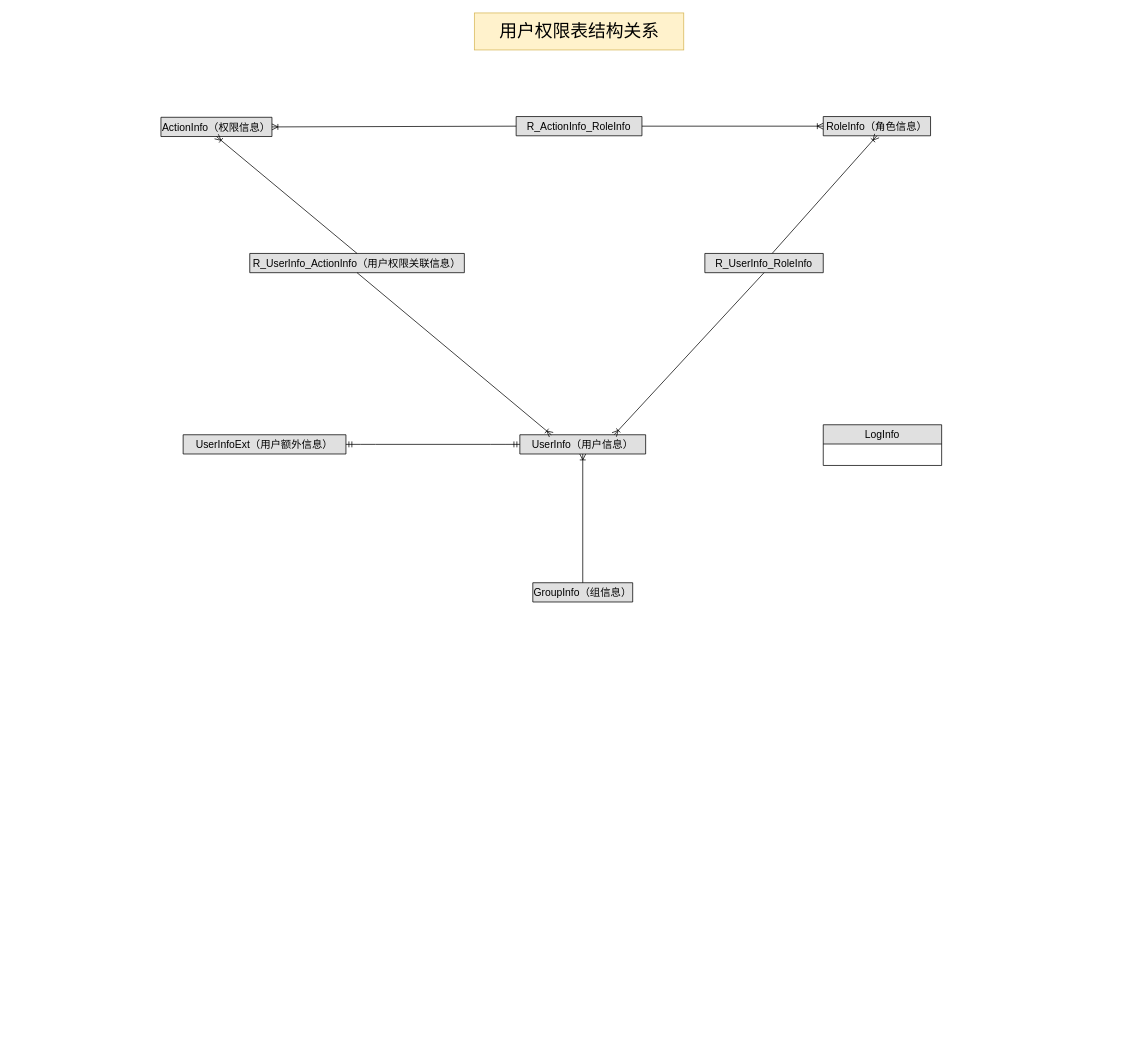
This is IHC.drawio from GreAmbWang/draw.io, a draw.io file, before an edit. Source tidied: cells renumbered, new cells numbered last; positions are measured from the earlier drawing's top-left corner, leaving out a move shared by most shapes. Both pictures are drawn from the tidied source at 74%, with x=0, y=0 at pixel (161, 13).
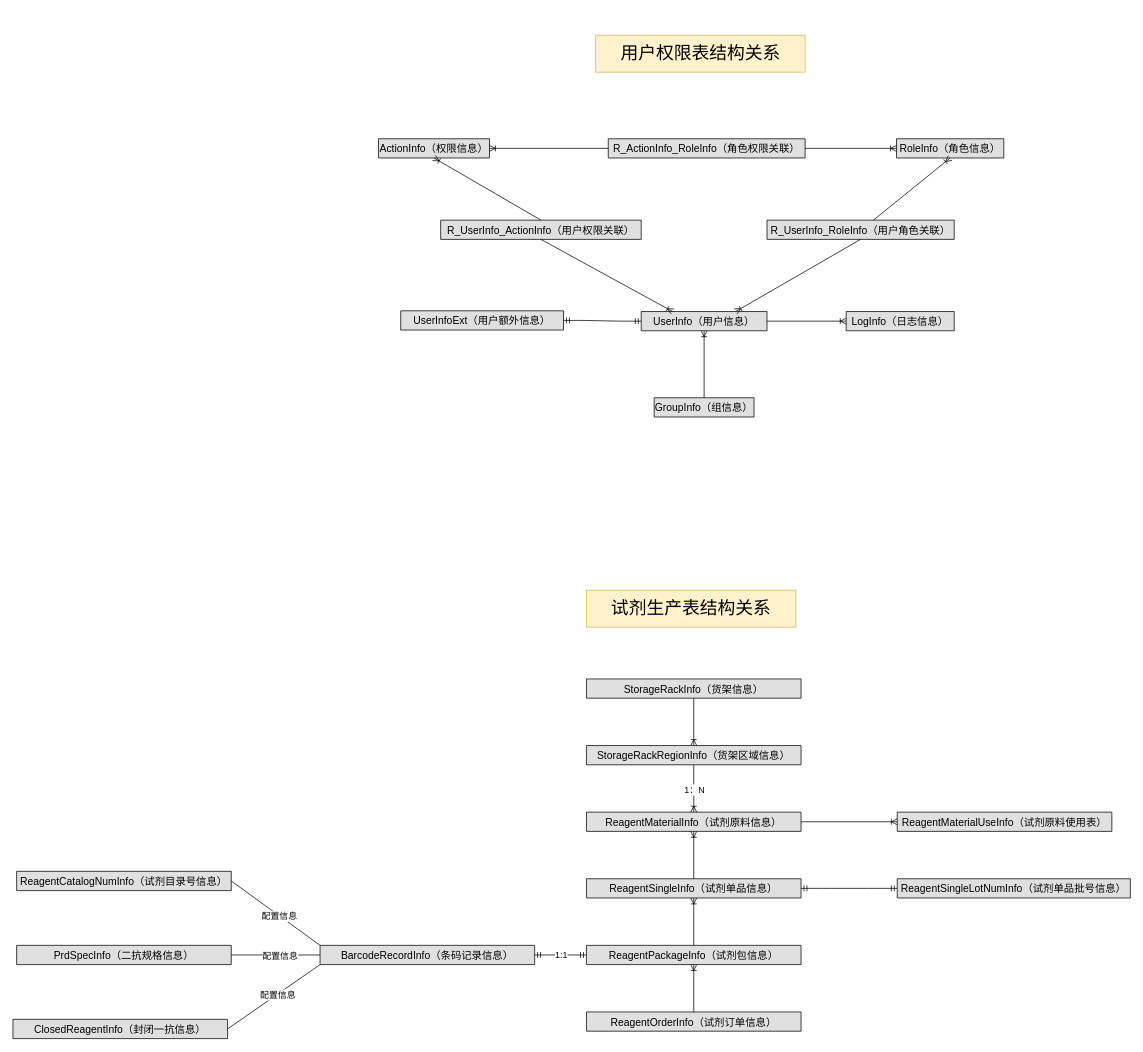
The same diagram, later.

What changed in the source:
```diff
@@
     <mxCell id="2" value="UserInfo（用户信息）" style="swimlane;fontStyle=0;horizontal=1;startSize=26;fillColor=#e0e0e0;swimlaneFillColor=#ffffff;align=center;fontSize=14;" parent="1" vertex="1" collapsed="1">
-      <mxGeometry x="485" y="570" width="170" height="26" as="geometry" />
+      <mxGeometry x="649" y="403.5" width="170" height="26" as="geometry" />
     </mxCell>
     <mxCell id="3" value="GroupInfo（组信息）" style="swimlane;fontStyle=0;horizontal=1;startSize=26;fillColor=#e0e0e0;swimlaneFillColor=#ffffff;align=center;fontSize=14;" parent="1" vertex="1" collapsed="1">
-      <mxGeometry x="502.5" y="770" width="135" height="26" as="geometry" />
+      <mxGeometry x="666.5" y="520" width="135" height="26" as="geometry" />
     </mxCell>
     <mxCell id="4" value="ActionInfo（权限信息）" style="swimlane;fontStyle=0;horizontal=1;startSize=26;fillColor=#e0e0e0;swimlaneFillColor=#ffffff;align=center;fontSize=14;" parent="1" vertex="1" collapsed="1">
-      <mxGeometry y="141" width="150" height="26" as="geometry" />
+      <mxGeometry x="294" y="170" width="150" height="26" as="geometry" />
     </mxCell>
@@
     <mxCell id="6" value="RoleInfo（角色信息）" style="swimlane;fontStyle=0;horizontal=1;startSize=26;fillColor=#e0e0e0;swimlaneFillColor=#ffffff;align=center;fontSize=14;" parent="1" vertex="1" collapsed="1">
-      <mxGeometry x="895" y="140" width="145" height="26" as="geometry" />
+      <mxGeometry x="994" y="170" width="145" height="26" as="geometry" />
     </mxCell>
-    <mxCell id="7" value="R_UserInfo_RoleInfo" style="swimlane;fontStyle=0;horizontal=1;startSize=26;fillColor=#e0e0e0;swimlaneFillColor=#ffffff;align=center;fontSize=14;" parent="1" vertex="1" collapsed="1">
-      <mxGeometry x="735" y="325" width="160" height="26" as="geometry" />
+    <mxCell id="7" value="R_UserInfo_RoleInfo（用户角色关联）" style="swimlane;fontStyle=0;horizontal=1;startSize=26;fillColor=#e0e0e0;swimlaneFillColor=#ffffff;align=center;fontSize=14;" parent="1" vertex="1" collapsed="1">
+      <mxGeometry x="819" y="280" width="253" height="26" as="geometry" />
     </mxCell>
@@
-    <mxCell id="10" value="R_UserInfo_ActionInfo（用户权限关联信息）" style="swimlane;fontStyle=0;horizontal=1;startSize=26;fillColor=#e0e0e0;swimlaneFillColor=#ffffff;align=center;fontSize=14;" parent="1" vertex="1" collapsed="1">
-      <mxGeometry x="120" y="325" width="290" height="26" as="geometry" />
+    <mxCell id="10" value="R_UserInfo_ActionInfo（用户权限关联）" style="swimlane;fontStyle=0;horizontal=1;startSize=26;fillColor=#e0e0e0;swimlaneFillColor=#ffffff;align=center;fontSize=14;" parent="1" vertex="1" collapsed="1">
+      <mxGeometry x="378" y="280" width="271" height="26" as="geometry" />
     </mxCell>
@@
-    <mxCell id="13" value="R_ActionInfo_RoleInfo" style="swimlane;fontStyle=0;horizontal=1;startSize=26;fillColor=#e0e0e0;swimlaneFillColor=#ffffff;align=center;fontSize=14;" parent="1" vertex="1" collapsed="1">
-      <mxGeometry x="480" y="140" width="170" height="26" as="geometry" />
+    <mxCell id="13" value="R_ActionInfo_RoleInfo（角色权限关联）" style="swimlane;fontStyle=0;horizontal=1;startSize=26;fillColor=#e0e0e0;swimlaneFillColor=#ffffff;align=center;fontSize=14;" parent="1" vertex="1" collapsed="1">
+      <mxGeometry x="604.5" y="170" width="266" height="26" as="geometry" />
     </mxCell>
@@
     <mxCell id="16" value="UserInfoExt（用户额外信息）" style="swimlane;fontStyle=0;horizontal=1;startSize=26;fillColor=#e0e0e0;swimlaneFillColor=#ffffff;align=center;fontSize=14;" parent="1" vertex="1" collapsed="1">
-      <mxGeometry x="30" y="570" width="220" height="26" as="geometry" />
+      <mxGeometry x="324" y="402.5" width="220" height="26" as="geometry" />
     </mxCell>
@@
     <mxCell id="18" value="&lt;font style=&quot;font-size: 24px&quot;&gt;用户权限表结构关系&lt;/font&gt;" style="text;html=1;strokeColor=#d6b656;fillColor=#fff2cc;align=center;verticalAlign=middle;whiteSpace=wrap;rounded=0;" parent="1" vertex="1">
-      <mxGeometry x="423.5" width="283" height="50" as="geometry" />
+      <mxGeometry x="587.5" y="30" width="283" height="50" as="geometry" />
     </mxCell>
-    <mxCell id="19" value="LogInfo" style="swimlane;fontStyle=0;horizontal=1;startSize=26;fillColor=#e0e0e0;swimlaneFillColor=#ffffff;align=center;fontSize=14;" parent="1" vertex="1">
-      <mxGeometry x="895" y="556.5" width="160" height="55" as="geometry" />
+    <mxCell id="19" value="LogInfo（日志信息）" style="swimlane;fontStyle=0;horizontal=1;startSize=26;fillColor=#e0e0e0;swimlaneFillColor=#ffffff;align=center;fontSize=14;" parent="1" vertex="1" collapsed="1">
+      <mxGeometry x="926" y="403.5" width="146" height="26" as="geometry" />
     </mxCell>
+    <mxCell id="20" value="ReagentCatalogNumInfo（试剂目录号信息）" style="swimlane;fontStyle=0;horizontal=1;startSize=26;fillColor=#e0e0e0;swimlaneFillColor=#ffffff;align=center;fontSize=14;" parent="1" vertex="1" collapsed="1">
+      <mxGeometry x="-195" y="1160" width="290" height="26" as="geometry" />
+    </mxCell>
+    <mxCell id="21" value="PrdSpecInfo（二抗规格信息）" style="swimlane;fontStyle=0;horizontal=1;startSize=26;fillColor=#e0e0e0;swimlaneFillColor=#ffffff;align=center;fontSize=14;" parent="1" vertex="1" collapsed="1">
+      <mxGeometry x="-195" y="1260" width="290" height="26" as="geometry" />
+    </mxCell>
+    <mxCell id="22" value="ClosedReagentInfo（封闭一抗信息）" style="swimlane;fontStyle=0;horizontal=1;startSize=26;fillColor=#e0e0e0;swimlaneFillColor=#ffffff;align=center;fontSize=14;" parent="1" vertex="1" collapsed="1">
+      <mxGeometry x="-200" y="1360" width="290" height="26" as="geometry" />
+    </mxCell>
+    <mxCell id="23" value="BarcodeRecordInfo（条码记录信息）" style="swimlane;fontStyle=0;horizontal=1;startSize=26;fillColor=#e0e0e0;swimlaneFillColor=#ffffff;align=center;fontSize=14;" parent="1" vertex="1" collapsed="1">
+      <mxGeometry x="215" y="1260" width="290" height="26" as="geometry" />
+    </mxCell>
+    <mxCell id="24" style="endArrow=none;html=1;rounded=0;exitX=1;exitY=0.5;exitDx=0;exitDy=0;entryX=0;entryY=0;entryDx=0;entryDy=0;" parent="1" edge="1" source="20" target="23">
+      <mxGeometry relative="1" as="geometry" />
+    </mxCell>
+    <mxCell id="25" value="配置信息" style="text;html=1;align=center;verticalAlign=middle;labelBackgroundColor=#ffffff;" parent="24" vertex="1">
+      <mxGeometry x="0.08" y="-1" relative="1" as="geometry" />
+    </mxCell>
+    <mxCell id="26" style="endArrow=none;html=1;rounded=0;exitX=1;exitY=0.5;exitDx=0;exitDy=0;entryX=0;entryY=0.5;entryDx=0;entryDy=0;" parent="1" edge="1" source="21" target="23">
+      <mxGeometry relative="1" as="geometry" />
+    </mxCell>
+    <mxCell id="27" value="配置信息" style="text;html=1;align=center;verticalAlign=middle;labelBackgroundColor=#ffffff;" parent="26" vertex="1">
+      <mxGeometry x="0.08" y="-1" relative="1" as="geometry" />
+    </mxCell>
+    <mxCell id="28" style="endArrow=none;html=1;rounded=0;exitX=1;exitY=0.5;exitDx=0;exitDy=0;entryX=0;entryY=1;entryDx=0;entryDy=0;" parent="1" edge="1" source="22" target="23">
+      <mxGeometry relative="1" as="geometry" />
+    </mxCell>
+    <mxCell id="29" value="配置信息" style="text;html=1;align=center;verticalAlign=middle;labelBackgroundColor=#ffffff;" parent="28" vertex="1">
+      <mxGeometry x="0.08" y="-1" relative="1" as="geometry" />
+    </mxCell>
+    <mxCell id="30" value="&lt;font style=&quot;font-size: 24px&quot;&gt;试剂生产表结构关系&lt;/font&gt;" style="text;html=1;strokeColor=#d6b656;fillColor=#fff2cc;align=center;verticalAlign=middle;whiteSpace=wrap;rounded=0;" parent="1" vertex="1">
+      <mxGeometry x="575" y="780" width="283" height="50" as="geometry" />
+    </mxCell>
+    <mxCell id="31" value="StorageRackInfo（货架信息）" style="swimlane;fontStyle=0;horizontal=1;startSize=26;fillColor=#e0e0e0;swimlaneFillColor=#ffffff;align=center;fontSize=14;" parent="1" vertex="1" collapsed="1">
+      <mxGeometry x="575" y="900" width="290" height="26" as="geometry" />
+    </mxCell>
+    <mxCell id="32" value="StorageRackRegionInfo（货架区域信息）" style="swimlane;fontStyle=0;horizontal=1;startSize=26;fillColor=#e0e0e0;swimlaneFillColor=#ffffff;align=center;fontSize=14;" parent="1" vertex="1" collapsed="1">
+      <mxGeometry x="575" y="990" width="290" height="26" as="geometry" />
+    </mxCell>
+    <mxCell id="33" value="ReagentMaterialInfo（试剂原料信息）" style="swimlane;fontStyle=0;horizontal=1;startSize=26;fillColor=#e0e0e0;swimlaneFillColor=#ffffff;align=center;fontSize=14;" parent="1" vertex="1" collapsed="1">
+      <mxGeometry x="575" y="1080" width="290" height="26" as="geometry" />
+    </mxCell>
+    <mxCell id="34" value="ReagentMaterialUseInfo（试剂原料使用表）" style="swimlane;fontStyle=0;horizontal=1;startSize=26;fillColor=#e0e0e0;swimlaneFillColor=#ffffff;align=center;fontSize=14;" parent="1" vertex="1" collapsed="1">
+      <mxGeometry x="995" y="1080" width="290" height="26" as="geometry" />
+    </mxCell>
+    <mxCell id="35" value="ReagentSingleInfo（试剂单品信息）" style="swimlane;fontStyle=0;horizontal=1;startSize=26;fillColor=#e0e0e0;swimlaneFillColor=#ffffff;align=center;fontSize=14;" parent="1" vertex="1" collapsed="1">
+      <mxGeometry x="575" y="1170" width="290" height="26" as="geometry" />
+    </mxCell>
+    <mxCell id="36" value="ReagentSingleLotNumInfo（试剂单品批号信息）" style="swimlane;fontStyle=0;horizontal=1;startSize=26;fillColor=#e0e0e0;swimlaneFillColor=#ffffff;align=center;fontSize=14;" parent="1" vertex="1" collapsed="1">
+      <mxGeometry x="995" y="1170" width="315" height="26" as="geometry" />
+    </mxCell>
+    <mxCell id="37" value="ReagentPackageInfo（试剂包信息）" style="swimlane;fontStyle=0;horizontal=1;startSize=26;fillColor=#e0e0e0;swimlaneFillColor=#ffffff;align=center;fontSize=14;" parent="1" vertex="1" collapsed="1">
+      <mxGeometry x="575" y="1260" width="290" height="26" as="geometry" />
+    </mxCell>
+    <mxCell id="38" value="ReagentOrderInfo（试剂订单信息）" style="swimlane;fontStyle=0;horizontal=1;startSize=26;fillColor=#e0e0e0;swimlaneFillColor=#ffffff;align=center;fontSize=14;" parent="1" vertex="1" collapsed="1">
+      <mxGeometry x="575" y="1350" width="290" height="26" as="geometry" />
+    </mxCell>
+    <mxCell id="39" style="fontSize=12;html=1;endArrow=ERoneToMany;exitX=0.5;exitY=1;exitDx=0;exitDy=0;entryX=0.5;entryY=0;entryDx=0;entryDy=0;" parent="1" edge="1" source="31" target="32">
+      <mxGeometry relative="1" as="geometry" />
+    </mxCell>
+    <mxCell id="40" style="fontSize=12;html=1;endArrow=ERoneToMany;entryX=0.5;entryY=0;entryDx=0;entryDy=0;exitX=0.5;exitY=1;exitDx=0;exitDy=0;" parent="1" edge="1" source="32" target="33">
+      <mxGeometry relative="1" as="geometry" />
+    </mxCell>
+    <mxCell id="41" value="1：N" style="text;html=1;align=center;verticalAlign=middle;labelBackgroundColor=#ffffff;" parent="40" vertex="1">
+      <mxGeometry x="0.23" y="1" relative="1" as="geometry">
+        <mxPoint x="-1" y="-5.2" as="offset" />
+      </mxGeometry>
+    </mxCell>
+    <mxCell id="42" style="fontSize=12;html=1;endArrow=ERoneToMany;entryX=0.5;entryY=1;entryDx=0;entryDy=0;exitX=0.5;exitY=0;exitDx=0;exitDy=0;" parent="1" edge="1" source="35" target="33">
+      <mxGeometry relative="1" as="geometry" />
+    </mxCell>
+    <mxCell id="43" style="fontSize=12;html=1;endArrow=ERoneToMany;entryX=0.5;entryY=1;entryDx=0;entryDy=0;exitX=0.5;exitY=0;exitDx=0;exitDy=0;" parent="1" edge="1" source="37" target="35">
+      <mxGeometry relative="1" as="geometry" />
+    </mxCell>
+    <mxCell id="44" style="fontSize=12;html=1;endArrow=ERoneToMany;entryX=0.5;entryY=1;entryDx=0;entryDy=0;exitX=0.5;exitY=0;exitDx=0;exitDy=0;" parent="1" edge="1" source="38" target="37">
+      <mxGeometry relative="1" as="geometry" />
+    </mxCell>
+    <mxCell id="45" style="fontSize=12;html=1;endArrow=ERoneToMany;exitX=1;exitY=0.5;exitDx=0;exitDy=0;entryX=0;entryY=0.5;entryDx=0;entryDy=0;" parent="1" edge="1" source="33" target="34">
+      <mxGeometry relative="1" as="geometry" />
+    </mxCell>
+    <mxCell id="46" style="edgeStyle=entityRelationEdgeStyle;fontSize=12;html=1;endArrow=ERmandOne;startArrow=ERmandOne;entryX=0;entryY=0.5;entryDx=0;entryDy=0;exitX=1;exitY=0.5;exitDx=0;exitDy=0;" parent="1" edge="1" source="35" target="36">
+      <mxGeometry relative="1" as="geometry" />
+    </mxCell>
+    <mxCell id="47" style="edgeStyle=entityRelationEdgeStyle;fontSize=12;html=1;endArrow=ERmandOne;startArrow=ERmandOne;entryX=0;entryY=0.5;entryDx=0;entryDy=0;exitX=1;exitY=0.5;exitDx=0;exitDy=0;" parent="1" edge="1" source="23" target="37">
+      <mxGeometry relative="1" as="geometry" />
+    </mxCell>
+    <mxCell id="48" value="1:1" style="text;html=1;align=center;verticalAlign=middle;labelBackgroundColor=#ffffff;" parent="47" vertex="1">
+      <mxGeometry y="1" relative="1" as="geometry" />
+    </mxCell>
+    <mxCell id="49" style="fontSize=12;html=1;endArrow=ERoneToMany;exitX=1;exitY=0.5;exitDx=0;exitDy=0;entryX=0;entryY=0.5;entryDx=0;entryDy=0;" parent="1" edge="1" source="2" target="19">
+      <mxGeometry relative="1" as="geometry" />
+    </mxCell>
```
